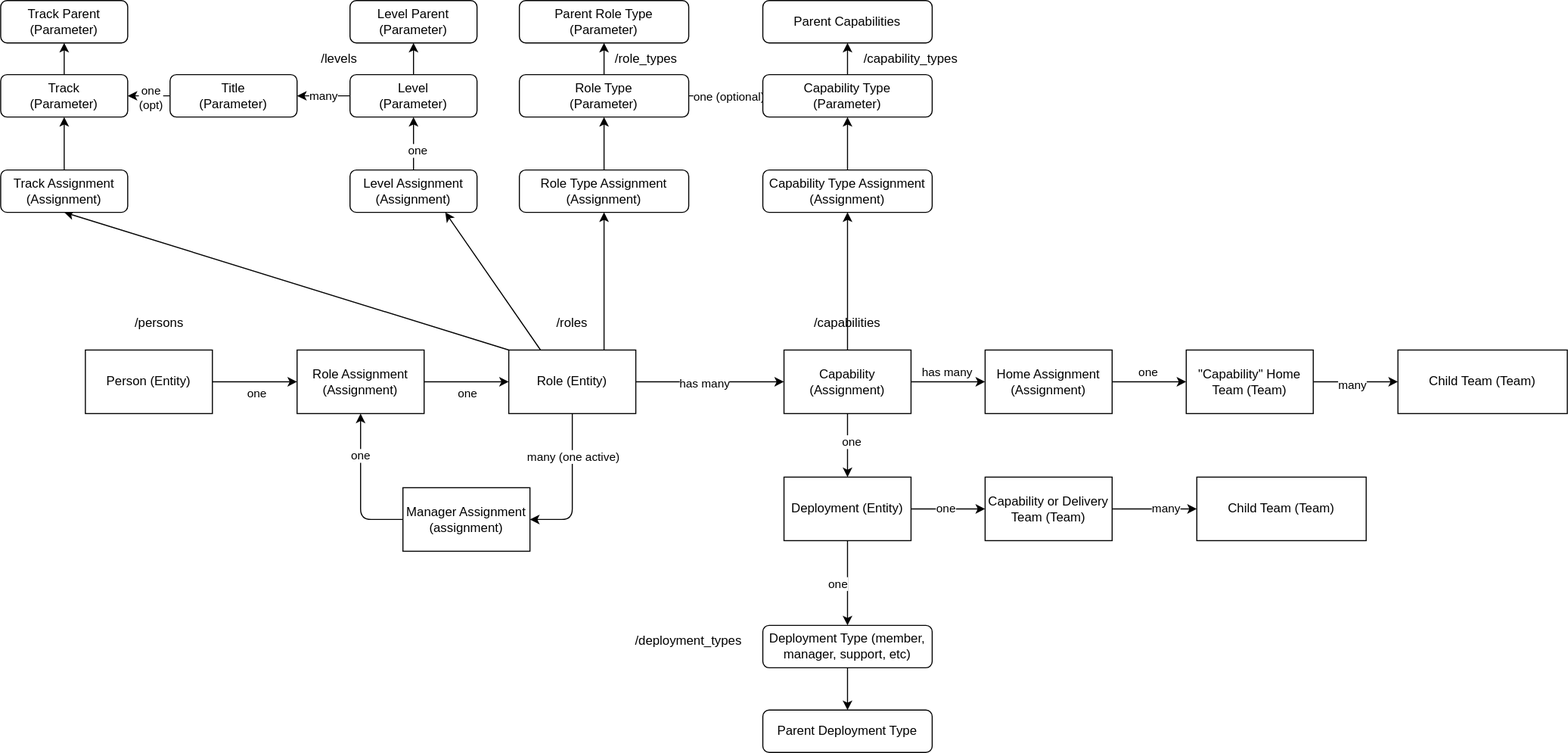
Before: docs/data-v4.drawio.svg, a diagram exported from draw.io (jdotw/swamp). Source tidied: cells renumbered, new cells last; positions are measured from the earlier drawing's top-left corner, leaving out a move shared by most shapes. Its diagram source:
```xml
<mxGraphModel>
  <root>
    <mxCell id="0" />
    <mxCell id="1" parent="0" />
    <mxCell id="2" style="edgeStyle=none;html=1;exitX=0.5;exitY=1;exitDx=0;exitDy=0;entryX=1;entryY=0.5;entryDx=0;entryDy=0;" parent="1" edge="1" source="20" target="8">
      <mxGeometry relative="1" as="geometry">
        <Array as="points">
          <mxPoint x="540" y="490" />
        </Array>
      </mxGeometry>
    </mxCell>
    <mxCell id="3" value="many (one active)" style="edgeLabel;html=1;align=center;verticalAlign=middle;" parent="2" vertex="1">
      <mxGeometry x="-0.12" relative="1" as="geometry">
        <mxPoint y="-22" as="offset" />
      </mxGeometry>
    </mxCell>
    <mxCell id="4" style="edgeStyle=none;html=1;exitX=1;exitY=0.5;exitDx=0;exitDy=0;entryX=0;entryY=0.5;entryDx=0;entryDy=0;" parent="1" edge="1" source="6" target="34">
      <mxGeometry relative="1" as="geometry" />
    </mxCell>
    <mxCell id="5" value="one" style="edgeLabel;html=1;align=center;verticalAlign=middle;" parent="4" vertex="1">
      <mxGeometry x="0.03" y="3" relative="1" as="geometry">
        <mxPoint y="13" as="offset" />
      </mxGeometry>
    </mxCell>
    <mxCell id="6" value="Person (Entity)" style="rounded=0;whiteSpace=wrap;html=1;" parent="1" vertex="1">
      <mxGeometry x="80" y="330" width="120" height="60" as="geometry" />
    </mxCell>
    <mxCell id="7" value="one" style="edgeStyle=none;html=1;exitX=0;exitY=0.5;exitDx=0;exitDy=0;entryX=0.5;entryY=1;entryDx=0;entryDy=0;" parent="1" edge="1" source="8" target="34">
      <mxGeometry x="0.43" relative="1" as="geometry">
        <Array as="points">
          <mxPoint x="340" y="490" />
        </Array>
      </mxGeometry>
    </mxCell>
    <mxCell id="8" value="Manager Assignment (assignment)" style="rounded=0;whiteSpace=wrap;html=1;" parent="1" vertex="1">
      <mxGeometry x="380" y="460" width="120" height="60" as="geometry" />
    </mxCell>
    <mxCell id="9" style="edgeStyle=none;html=1;exitX=1;exitY=0.5;exitDx=0;exitDy=0;entryX=0;entryY=0.5;entryDx=0;entryDy=0;" parent="1" edge="1" source="11" target="54">
      <mxGeometry relative="1" as="geometry" />
    </mxCell>
    <mxCell id="10" value="many" style="edgeLabel;html=1;align=center;verticalAlign=middle;" parent="9" vertex="1">
      <mxGeometry x="-0.1" y="-2" relative="1" as="geometry" />
    </mxCell>
    <mxCell id="11" value="&quot;Capability&quot; Home Team (Team)" style="rounded=0;whiteSpace=wrap;html=1;" parent="1" vertex="1">
      <mxGeometry x="1120" y="330" width="120" height="60" as="geometry" />
    </mxCell>
    <mxCell id="12" style="edgeStyle=none;html=1;exitX=1;exitY=0.5;exitDx=0;exitDy=0;" parent="1" edge="1" source="14" target="55">
      <mxGeometry relative="1" as="geometry" />
    </mxCell>
    <mxCell id="13" value="many" style="edgeLabel;html=1;align=center;verticalAlign=middle;" parent="12" vertex="1">
      <mxGeometry x="0.25" y="1" relative="1" as="geometry" />
    </mxCell>
    <mxCell id="14" value="Capability or Delivery Team (Team)" style="rounded=0;whiteSpace=wrap;html=1;" parent="1" vertex="1">
      <mxGeometry x="930" y="450" width="120" height="60" as="geometry" />
    </mxCell>
    <mxCell id="15" style="edgeStyle=none;html=1;exitX=1;exitY=0.5;exitDx=0;exitDy=0;entryX=0;entryY=0.5;entryDx=0;entryDy=0;" parent="1" edge="1" source="20" target="26">
      <mxGeometry relative="1" as="geometry" />
    </mxCell>
    <mxCell id="16" value="has many" style="edgeLabel;html=1;align=center;verticalAlign=middle;" parent="15" vertex="1">
      <mxGeometry x="-0.2" y="-1" relative="1" as="geometry">
        <mxPoint x="8" as="offset" />
      </mxGeometry>
    </mxCell>
    <mxCell id="17" style="edgeStyle=none;html=1;exitX=0.25;exitY=0;exitDx=0;exitDy=0;entryX=0.75;entryY=1;entryDx=0;entryDy=0;" parent="1" edge="1" source="20" target="41">
      <mxGeometry relative="1" as="geometry" />
    </mxCell>
    <mxCell id="18" style="edgeStyle=none;html=1;exitX=0.75;exitY=0;exitDx=0;exitDy=0;entryX=0.5;entryY=1;entryDx=0;entryDy=0;" parent="1" edge="1" source="20" target="48">
      <mxGeometry relative="1" as="geometry" />
    </mxCell>
    <mxCell id="19" style="edgeStyle=none;html=1;exitX=0;exitY=0;exitDx=0;exitDy=0;entryX=0.5;entryY=1;entryDx=0;entryDy=0;" parent="1" edge="1" source="20" target="74">
      <mxGeometry relative="1" as="geometry" />
    </mxCell>
    <mxCell id="20" value="Role (Entity)" style="rounded=0;whiteSpace=wrap;html=1;" parent="1" vertex="1">
      <mxGeometry x="480" y="330" width="120" height="60" as="geometry" />
    </mxCell>
    <mxCell id="21" style="edgeStyle=none;html=1;exitX=1;exitY=0.5;exitDx=0;exitDy=0;entryX=0;entryY=0.5;entryDx=0;entryDy=0;" parent="1" edge="1" source="26" target="67">
      <mxGeometry relative="1" as="geometry" />
    </mxCell>
    <mxCell id="22" value="has many" style="edgeLabel;html=1;align=center;verticalAlign=middle;" parent="21" vertex="1">
      <mxGeometry x="0.38" y="-2" relative="1" as="geometry">
        <mxPoint x="-15" y="-12" as="offset" />
      </mxGeometry>
    </mxCell>
    <mxCell id="23" style="edgeStyle=none;html=1;exitX=0.5;exitY=0;exitDx=0;exitDy=0;entryX=0.5;entryY=1;entryDx=0;entryDy=0;" parent="1" edge="1" source="26" target="50">
      <mxGeometry relative="1" as="geometry" />
    </mxCell>
    <mxCell id="24" style="edgeStyle=none;html=1;exitX=0.5;exitY=1;exitDx=0;exitDy=0;entryX=0.5;entryY=0;entryDx=0;entryDy=0;" parent="1" edge="1" source="26" target="31">
      <mxGeometry relative="1" as="geometry" />
    </mxCell>
    <mxCell id="25" value="one" style="edgeLabel;html=1;align=center;verticalAlign=middle;" parent="24" vertex="1">
      <mxGeometry x="-0.15" y="3" relative="1" as="geometry" />
    </mxCell>
    <mxCell id="26" value="Capability (Assignment)" style="rounded=0;whiteSpace=wrap;html=1;" parent="1" vertex="1">
      <mxGeometry x="740" y="330" width="120" height="60" as="geometry" />
    </mxCell>
    <mxCell id="27" style="edgeStyle=none;html=1;exitX=1;exitY=0.5;exitDx=0;exitDy=0;entryX=0;entryY=0.5;entryDx=0;entryDy=0;" parent="1" edge="1" source="31" target="14">
      <mxGeometry relative="1" as="geometry" />
    </mxCell>
    <mxCell id="28" value="one" style="edgeLabel;html=1;align=center;verticalAlign=middle;" parent="27" vertex="1">
      <mxGeometry x="-0.1" y="2" relative="1" as="geometry">
        <mxPoint y="1" as="offset" />
      </mxGeometry>
    </mxCell>
    <mxCell id="29" style="edgeStyle=none;html=1;exitX=0.5;exitY=1;exitDx=0;exitDy=0;entryX=0.5;entryY=0;entryDx=0;entryDy=0;" parent="1" edge="1" source="31" target="57">
      <mxGeometry relative="1" as="geometry" />
    </mxCell>
    <mxCell id="30" value="one" style="edgeLabel;html=1;align=center;verticalAlign=middle;" parent="29" vertex="1">
      <mxGeometry x="-0.14" y="3" relative="1" as="geometry">
        <mxPoint x="-13" y="5" as="offset" />
      </mxGeometry>
    </mxCell>
    <mxCell id="31" value="Deployment (Entity)" style="rounded=0;whiteSpace=wrap;html=1;" parent="1" vertex="1">
      <mxGeometry x="740" y="450" width="120" height="60" as="geometry" />
    </mxCell>
    <mxCell id="32" style="edgeStyle=none;html=1;exitX=1;exitY=0.5;exitDx=0;exitDy=0;entryX=0;entryY=0.5;entryDx=0;entryDy=0;" parent="1" edge="1" source="34" target="20">
      <mxGeometry relative="1" as="geometry" />
    </mxCell>
    <mxCell id="33" value="one" style="edgeLabel;html=1;align=center;verticalAlign=middle;" parent="32" vertex="1">
      <mxGeometry x="0.28" y="-3" relative="1" as="geometry">
        <mxPoint x="-11" y="7" as="offset" />
      </mxGeometry>
    </mxCell>
    <mxCell id="34" value="Role Assignment&lt;br&gt;(Assignment)" style="rounded=0;whiteSpace=wrap;html=1;" parent="1" vertex="1">
      <mxGeometry x="280" y="330" width="120" height="60" as="geometry" />
    </mxCell>
    <mxCell id="35" style="edgeStyle=none;html=1;exitX=0.5;exitY=0;exitDx=0;exitDy=0;entryX=0.5;entryY=1;entryDx=0;entryDy=0;" parent="1" edge="1" source="38" target="46">
      <mxGeometry relative="1" as="geometry" />
    </mxCell>
    <mxCell id="36" style="edgeStyle=none;html=1;exitX=1;exitY=0.5;exitDx=0;exitDy=0;entryX=0;entryY=0.5;entryDx=0;entryDy=0;" parent="1" edge="1" source="38" target="52">
      <mxGeometry relative="1" as="geometry" />
    </mxCell>
    <mxCell id="37" value="one (optional)" style="edgeLabel;html=1;align=center;verticalAlign=middle;" parent="36" vertex="1">
      <mxGeometry x="0.06" relative="1" as="geometry" />
    </mxCell>
    <mxCell id="38" value="Role Type&lt;br&gt;(Parameter)" style="rounded=1;whiteSpace=wrap;html=1;" parent="1" vertex="1">
      <mxGeometry x="490" y="70" width="160" height="40" as="geometry" />
    </mxCell>
    <mxCell id="39" style="edgeStyle=none;html=1;exitX=0.5;exitY=0;exitDx=0;exitDy=0;entryX=0.5;entryY=1;entryDx=0;entryDy=0;" parent="1" edge="1" source="41" target="45">
      <mxGeometry relative="1" as="geometry" />
    </mxCell>
    <mxCell id="40" value="one" style="edgeLabel;html=1;align=center;verticalAlign=middle;" parent="39" vertex="1">
      <mxGeometry x="-0.24" y="-3" relative="1" as="geometry" />
    </mxCell>
    <mxCell id="41" value="Level Assignment (Assignment)" style="rounded=1;whiteSpace=wrap;html=1;" parent="1" vertex="1">
      <mxGeometry x="330" y="160" width="120" height="40" as="geometry" />
    </mxCell>
    <mxCell id="42" style="edgeStyle=none;html=1;exitX=0.5;exitY=0;exitDx=0;exitDy=0;entryX=0.5;entryY=1;entryDx=0;entryDy=0;" parent="1" edge="1" source="45" target="59">
      <mxGeometry relative="1" as="geometry" />
    </mxCell>
    <mxCell id="43" style="edgeStyle=none;html=1;exitX=0;exitY=0.5;exitDx=0;exitDy=0;entryX=1;entryY=0.5;entryDx=0;entryDy=0;" parent="1" edge="1" source="45" target="77">
      <mxGeometry relative="1" as="geometry" />
    </mxCell>
    <mxCell id="44" value="many" style="edgeLabel;html=1;align=center;verticalAlign=middle;" parent="43" vertex="1">
      <mxGeometry x="0.04" y="-1" relative="1" as="geometry" />
    </mxCell>
    <mxCell id="45" value="Level&lt;br&gt;&amp;nbsp;(Parameter)" style="rounded=1;whiteSpace=wrap;html=1;" parent="1" vertex="1">
      <mxGeometry x="330" y="70" width="120" height="40" as="geometry" />
    </mxCell>
    <mxCell id="46" value="Parent Role Type &lt;br&gt;(Parameter)" style="rounded=1;whiteSpace=wrap;html=1;" parent="1" vertex="1">
      <mxGeometry x="490" width="160" height="40" as="geometry" />
    </mxCell>
    <mxCell id="47" style="edgeStyle=none;html=1;exitX=0.5;exitY=0;exitDx=0;exitDy=0;entryX=0.5;entryY=1;entryDx=0;entryDy=0;" parent="1" edge="1" source="48" target="38">
      <mxGeometry relative="1" as="geometry" />
    </mxCell>
    <mxCell id="48" value="Role Type Assignment&lt;br&gt;(Assignment)" style="rounded=1;whiteSpace=wrap;html=1;" parent="1" vertex="1">
      <mxGeometry x="490" y="160" width="160" height="40" as="geometry" />
    </mxCell>
    <mxCell id="49" style="edgeStyle=none;html=1;exitX=0.5;exitY=0;exitDx=0;exitDy=0;entryX=0.5;entryY=1;entryDx=0;entryDy=0;" parent="1" edge="1" source="50" target="52">
      <mxGeometry relative="1" as="geometry" />
    </mxCell>
    <mxCell id="50" value="Capability Type Assignment (Assignment)" style="rounded=1;whiteSpace=wrap;html=1;" parent="1" vertex="1">
      <mxGeometry x="720" y="160" width="160" height="40" as="geometry" />
    </mxCell>
    <mxCell id="51" style="edgeStyle=none;html=1;exitX=0.5;exitY=0;exitDx=0;exitDy=0;entryX=0.5;entryY=1;entryDx=0;entryDy=0;" parent="1" edge="1" source="52" target="53">
      <mxGeometry relative="1" as="geometry" />
    </mxCell>
    <mxCell id="52" value="Capability Type&lt;br&gt;(Parameter)" style="rounded=1;whiteSpace=wrap;html=1;" parent="1" vertex="1">
      <mxGeometry x="720" y="70" width="160" height="40" as="geometry" />
    </mxCell>
    <mxCell id="53" value="Parent Capabilities" style="rounded=1;whiteSpace=wrap;html=1;" parent="1" vertex="1">
      <mxGeometry x="720" width="160" height="40" as="geometry" />
    </mxCell>
    <mxCell id="54" value="Child Team (Team)" style="rounded=0;whiteSpace=wrap;html=1;" parent="1" vertex="1">
      <mxGeometry x="1320" y="330" width="160" height="60" as="geometry" />
    </mxCell>
    <mxCell id="55" value="Child Team (Team)" style="rounded=0;whiteSpace=wrap;html=1;" parent="1" vertex="1">
      <mxGeometry x="1130" y="450" width="160" height="60" as="geometry" />
    </mxCell>
    <mxCell id="56" style="edgeStyle=none;html=1;exitX=0.5;exitY=1;exitDx=0;exitDy=0;entryX=0.5;entryY=0;entryDx=0;entryDy=0;" parent="1" edge="1" source="57" target="58">
      <mxGeometry relative="1" as="geometry" />
    </mxCell>
    <mxCell id="57" value="Deployment Type (member, manager, support, etc)" style="rounded=1;whiteSpace=wrap;html=1;" parent="1" vertex="1">
      <mxGeometry x="720" y="590" width="160" height="40" as="geometry" />
    </mxCell>
    <mxCell id="58" value="Parent Deployment Type" style="rounded=1;whiteSpace=wrap;html=1;" parent="1" vertex="1">
      <mxGeometry x="720" y="670" width="160" height="40" as="geometry" />
    </mxCell>
    <mxCell id="59" value="Level Parent (Parameter)" style="rounded=1;whiteSpace=wrap;html=1;" parent="1" vertex="1">
      <mxGeometry x="330" width="120" height="40" as="geometry" />
    </mxCell>
    <mxCell id="60" value="/persons" style="text;html=1;strokeColor=none;fillColor=none;align=center;verticalAlign=middle;whiteSpace=wrap;rounded=0;" parent="1" vertex="1">
      <mxGeometry x="120" y="290" width="60" height="30" as="geometry" />
    </mxCell>
    <mxCell id="61" value="/roles" style="text;html=1;strokeColor=none;fillColor=none;align=center;verticalAlign=middle;whiteSpace=wrap;rounded=0;" parent="1" vertex="1">
      <mxGeometry x="510" y="290" width="60" height="30" as="geometry" />
    </mxCell>
    <mxCell id="62" value="/levels" style="text;html=1;strokeColor=none;fillColor=none;align=center;verticalAlign=middle;whiteSpace=wrap;rounded=0;" parent="1" vertex="1">
      <mxGeometry x="290" y="40" width="60" height="30" as="geometry" />
    </mxCell>
    <mxCell id="63" value="/role_types" style="text;html=1;strokeColor=none;fillColor=none;align=center;verticalAlign=middle;whiteSpace=wrap;rounded=0;" parent="1" vertex="1">
      <mxGeometry x="580" y="40" width="60" height="30" as="geometry" />
    </mxCell>
    <mxCell id="64" value="/capability_types" style="text;html=1;strokeColor=none;fillColor=none;align=center;verticalAlign=middle;whiteSpace=wrap;rounded=0;" parent="1" vertex="1">
      <mxGeometry x="830" y="40" width="60" height="30" as="geometry" />
    </mxCell>
    <mxCell id="65" value="/capabilities" style="text;html=1;strokeColor=none;fillColor=none;align=center;verticalAlign=middle;whiteSpace=wrap;rounded=0;" parent="1" vertex="1">
      <mxGeometry x="770" y="290" width="60" height="30" as="geometry" />
    </mxCell>
    <mxCell id="66" value="/deployment_types" style="text;html=1;strokeColor=none;fillColor=none;align=center;verticalAlign=middle;whiteSpace=wrap;rounded=0;" parent="1" vertex="1">
      <mxGeometry x="620" y="590" width="60" height="30" as="geometry" />
    </mxCell>
    <mxCell id="67" value="Home Assignment (Assignment)" style="rounded=0;whiteSpace=wrap;html=1;" parent="1" vertex="1">
      <mxGeometry x="930" y="330" width="120" height="60" as="geometry" />
    </mxCell>
    <mxCell id="68" style="edgeStyle=none;html=1;exitX=1;exitY=0.5;exitDx=0;exitDy=0;entryX=0;entryY=0.5;entryDx=0;entryDy=0;" parent="1" edge="1" source="67" target="11">
      <mxGeometry relative="1" as="geometry" />
    </mxCell>
    <mxCell id="69" value="one" style="edgeLabel;html=1;align=center;verticalAlign=middle;" parent="68" vertex="1">
      <mxGeometry x="0.38" y="-2" relative="1" as="geometry">
        <mxPoint x="-15" y="-12" as="offset" />
      </mxGeometry>
    </mxCell>
    <mxCell id="70" style="edgeStyle=none;html=1;exitX=0.5;exitY=0;exitDx=0;exitDy=0;entryX=0.5;entryY=1;entryDx=0;entryDy=0;" parent="1" edge="1" source="71" target="72">
      <mxGeometry relative="1" as="geometry" />
    </mxCell>
    <mxCell id="71" value="Track &lt;br&gt;(Parameter)" style="rounded=1;whiteSpace=wrap;html=1;" parent="1" vertex="1">
      <mxGeometry y="70" width="120" height="40" as="geometry" />
    </mxCell>
    <mxCell id="72" value="Track Parent&lt;br&gt;(Parameter)" style="rounded=1;whiteSpace=wrap;html=1;" parent="1" vertex="1">
      <mxGeometry width="120" height="40" as="geometry" />
    </mxCell>
    <mxCell id="73" style="edgeStyle=none;html=1;exitX=0.5;exitY=0;exitDx=0;exitDy=0;entryX=0.5;entryY=1;entryDx=0;entryDy=0;" parent="1" edge="1" source="74" target="71">
      <mxGeometry relative="1" as="geometry" />
    </mxCell>
    <mxCell id="74" value="Track Assignment&lt;br&gt;(Assignment)" style="rounded=1;whiteSpace=wrap;html=1;" parent="1" vertex="1">
      <mxGeometry y="160" width="120" height="40" as="geometry" />
    </mxCell>
    <mxCell id="75" style="edgeStyle=none;html=1;exitX=0;exitY=0.5;exitDx=0;exitDy=0;entryX=1;entryY=0.5;entryDx=0;entryDy=0;" parent="1" edge="1" source="77" target="71">
      <mxGeometry relative="1" as="geometry" />
    </mxCell>
    <mxCell id="76" value="one&lt;br&gt;(opt)" style="edgeLabel;html=1;align=center;verticalAlign=middle;" parent="75" vertex="1">
      <mxGeometry x="-0.05" y="1" relative="1" as="geometry" />
    </mxCell>
    <mxCell id="77" value="Title&lt;br&gt;(Parameter)" style="rounded=1;whiteSpace=wrap;html=1;" parent="1" vertex="1">
      <mxGeometry x="160" y="70" width="120" height="40" as="geometry" />
    </mxCell>
  </root>
</mxGraphModel>
```
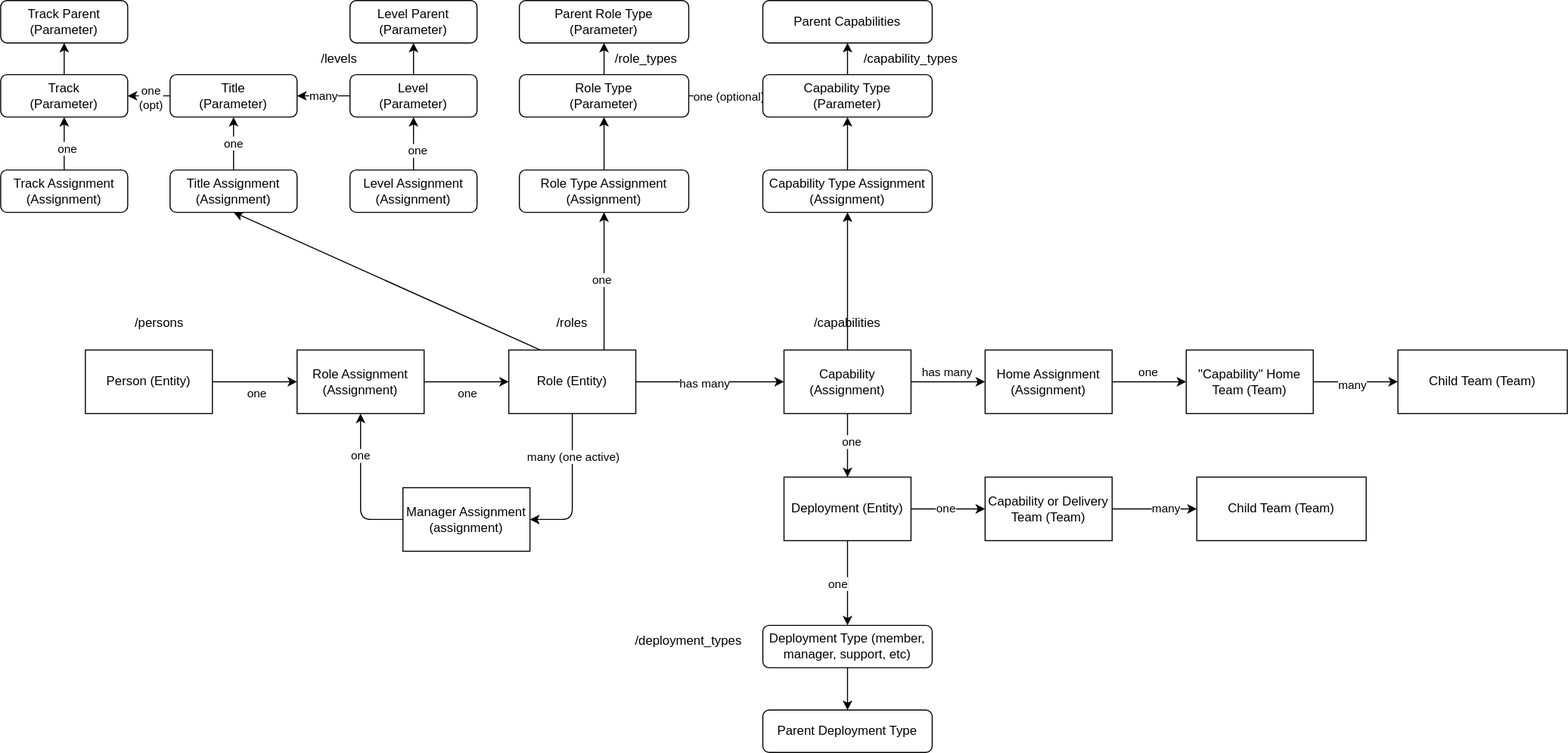
The same file after the commit.

The edit, as a diff of the source:
```diff
@@ -61,15 +61,15 @@
         <mxPoint x="8" as="offset" />
       </mxGeometry>
     </mxCell>
-    <mxCell id="17" style="edgeStyle=none;html=1;exitX=0.25;exitY=0;exitDx=0;exitDy=0;entryX=0.75;entryY=1;entryDx=0;entryDy=0;" parent="1" edge="1" source="20" target="41">
+    <mxCell id="17" style="edgeStyle=none;html=1;exitX=0.25;exitY=0;exitDx=0;exitDy=0;entryX=0.5;entryY=1;entryDx=0;entryDy=0;" parent="1" edge="1" source="20" target="81">
       <mxGeometry relative="1" as="geometry" />
     </mxCell>
     <mxCell id="18" style="edgeStyle=none;html=1;exitX=0.75;exitY=0;exitDx=0;exitDy=0;entryX=0.5;entryY=1;entryDx=0;entryDy=0;" parent="1" edge="1" source="20" target="48">
       <mxGeometry relative="1" as="geometry" />
     </mxCell>
-    <mxCell id="19" style="edgeStyle=none;html=1;exitX=0;exitY=0;exitDx=0;exitDy=0;entryX=0.5;entryY=1;entryDx=0;entryDy=0;" parent="1" edge="1" source="20" target="74">
-      <mxGeometry relative="1" as="geometry" />
-    </mxCell>
+    <mxCell id="78" value="one" style="edgeLabel;html=1;align=center;verticalAlign=middle;" parent="18" vertex="1">
+      <mxGeometry x="0.03" y="3" relative="1" as="geometry" />
+    </mxCell>
     <mxCell id="20" value="Role (Entity)" style="rounded=0;whiteSpace=wrap;html=1;" parent="1" vertex="1">
       <mxGeometry x="480" y="330" width="120" height="60" as="geometry" />
     </mxCell>
@@ -242,6 +242,9 @@
     <mxCell id="73" style="edgeStyle=none;html=1;exitX=0.5;exitY=0;exitDx=0;exitDy=0;entryX=0.5;entryY=1;entryDx=0;entryDy=0;" parent="1" edge="1" source="74" target="71">
       <mxGeometry relative="1" as="geometry" />
     </mxCell>
+    <mxCell id="79" value="one" style="edgeLabel;html=1;align=center;verticalAlign=middle;" parent="73" vertex="1">
+      <mxGeometry x="-0.16" y="-2" relative="1" as="geometry" />
+    </mxCell>
     <mxCell id="74" value="Track Assignment&lt;br&gt;(Assignment)" style="rounded=1;whiteSpace=wrap;html=1;" parent="1" vertex="1">
       <mxGeometry y="160" width="120" height="40" as="geometry" />
     </mxCell>
@@ -254,5 +257,11 @@
     <mxCell id="77" value="Title&lt;br&gt;(Parameter)" style="rounded=1;whiteSpace=wrap;html=1;" parent="1" vertex="1">
       <mxGeometry x="160" y="70" width="120" height="40" as="geometry" />
     </mxCell>
+    <mxCell id="80" value="one" style="edgeStyle=none;html=1;exitX=0.5;exitY=0;exitDx=0;exitDy=0;entryX=0.5;entryY=1;entryDx=0;entryDy=0;" parent="1" edge="1" source="81" target="77">
+      <mxGeometry relative="1" as="geometry" />
+    </mxCell>
+    <mxCell id="81" value="Title Assignment&lt;br&gt;(Assignment)" style="rounded=1;whiteSpace=wrap;html=1;" parent="1" vertex="1">
+      <mxGeometry x="160" y="160" width="120" height="40" as="geometry" />
+    </mxCell>
   </root>
 </mxGraphModel>
```
